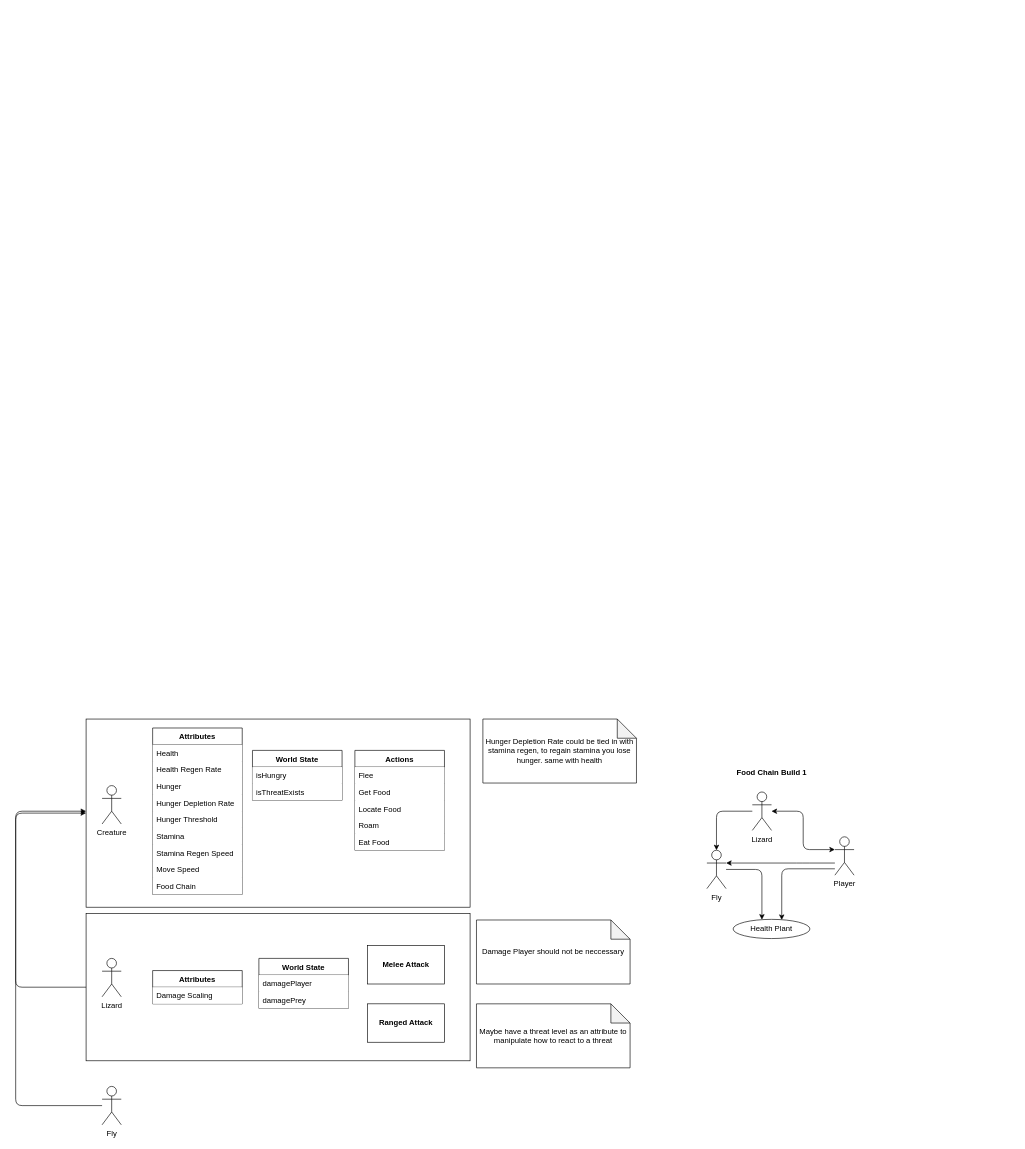
Above: documentation/actionPlans_the-game.drawio in AumPatel2208/GOAP-Ecosystem-FPS (draw.io), before the change. Source tidied: cells renumbered, new cells numbered last; positions are measured from the earlier drawing's top-left corner, leaving out a move shared by most shapes. Both pictures are drawn from the tidied source at 64%, with x=0, y=0 at pixel (15, 719).
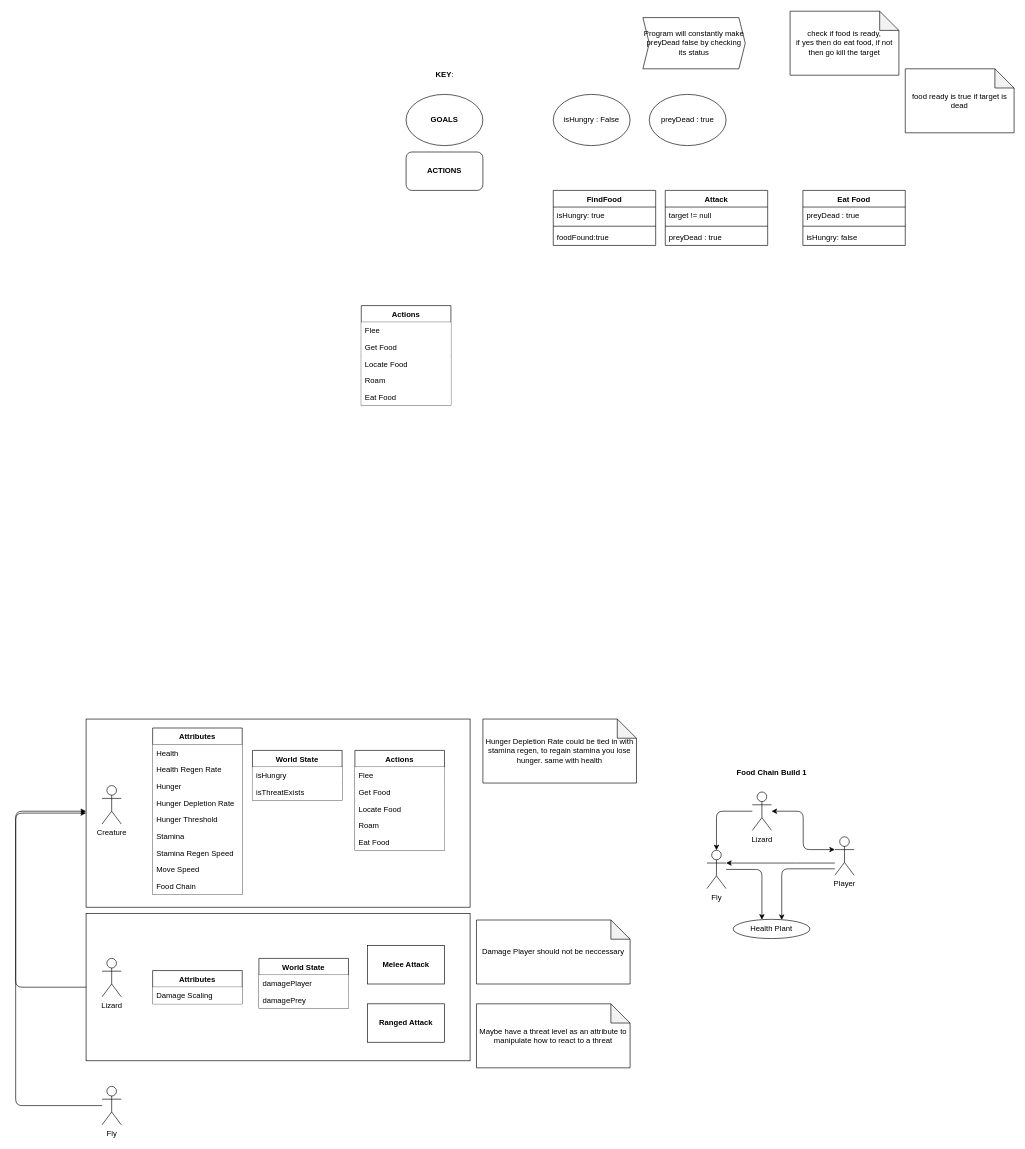
The same diagram, later.

What changed in the source:
```diff
@@
+    <mxCell id="48" value="Actions" style="swimlane;fontStyle=1;horizontal=1;startSize=26;" parent="1" vertex="1">
+      <mxGeometry x="540" y="-646" width="140" height="156" as="geometry" />
+    </mxCell>
+    <mxCell id="49" value="Flee" style="text;strokeColor=none;align=left;verticalAlign=top;spacingLeft=4;spacingRight=4;overflow=hidden;fillColor=#ffffff;" parent="48" vertex="1">
+      <mxGeometry y="26" width="140" height="26" as="geometry" />
+    </mxCell>
+    <mxCell id="50" value="Get Food" style="text;strokeColor=none;align=left;verticalAlign=top;spacingLeft=4;spacingRight=4;overflow=hidden;fillColor=#ffffff;" parent="48" vertex="1">
+      <mxGeometry y="52" width="140" height="26" as="geometry" />
+    </mxCell>
+    <mxCell id="51" value="Locate Food" style="text;strokeColor=none;align=left;verticalAlign=top;spacingLeft=4;spacingRight=4;overflow=hidden;fillColor=#ffffff;" parent="48" vertex="1">
+      <mxGeometry y="78" width="140" height="26" as="geometry" />
+    </mxCell>
+    <mxCell id="52" value="Roam" style="text;strokeColor=none;align=left;verticalAlign=top;spacingLeft=4;spacingRight=4;overflow=hidden;fillColor=#ffffff;" parent="48" vertex="1">
+      <mxGeometry y="104" width="140" height="26" as="geometry" />
+    </mxCell>
+    <mxCell id="53" value="Eat Food" style="text;strokeColor=none;align=left;verticalAlign=top;spacingLeft=4;spacingRight=4;overflow=hidden;fillColor=#ffffff;" parent="48" vertex="1">
+      <mxGeometry y="130" width="140" height="26" as="geometry" />
+    </mxCell>
+    <mxCell id="54" value="isHungry : False" style="ellipse;whiteSpace=wrap;html=1;strokeColor=#000000;" parent="1" vertex="1">
+      <mxGeometry x="840" y="-976" width="120" height="80" as="geometry" />
+    </mxCell>
+    <mxCell id="55" value="preyDead : true" style="ellipse;whiteSpace=wrap;html=1;strokeColor=#000000;" parent="1" vertex="1">
+      <mxGeometry x="990" y="-976" width="120" height="80" as="geometry" />
+    </mxCell>
+    <mxCell id="56" value="GOALS" style="ellipse;whiteSpace=wrap;html=1;strokeColor=#000000;fontStyle=1;" parent="1" vertex="1">
+      <mxGeometry x="610" y="-976" width="120" height="80" as="geometry" />
+    </mxCell>
+    <mxCell id="57" value="ACTIONS" style="rounded=1;whiteSpace=wrap;html=1;strokeColor=#000000;fontStyle=1;" parent="1" vertex="1">
+      <mxGeometry x="610" y="-886" width="120" height="60" as="geometry" />
+    </mxCell>
+    <mxCell id="58" value="&lt;b&gt;KEY&lt;/b&gt;:" style="text;html=1;align=center;verticalAlign=middle;" parent="1" vertex="1">
+      <mxGeometry x="650" y="-1016" width="40" height="20" as="geometry" />
+    </mxCell>
+    <mxCell id="59" value="Eat Food" style="swimlane;fontStyle=1;align=center;verticalAlign=top;horizontal=1;startSize=26;strokeColor=#000000;swimlaneFillColor=#ffffff;" parent="1" vertex="1">
+      <mxGeometry x="1230" y="-826" width="160" height="86" as="geometry" />
+    </mxCell>
+    <mxCell id="60" value="preyDead : true" style="text;strokeColor=none;align=left;verticalAlign=top;spacingLeft=4;spacingRight=4;overflow=hidden;" parent="59" vertex="1">
+      <mxGeometry y="26" width="160" height="26" as="geometry" />
+    </mxCell>
+    <mxCell id="61" style="line;strokeWidth=1;align=left;verticalAlign=middle;spacingTop=-1;spacingLeft=3;spacingRight=3;labelPosition=right;fillColor=none;" parent="59" vertex="1">
+      <mxGeometry y="52" width="160" height="8" as="geometry" />
+    </mxCell>
+    <mxCell id="62" value="isHungry: false" style="text;strokeColor=none;align=left;verticalAlign=top;spacingLeft=4;spacingRight=4;overflow=hidden;" parent="59" vertex="1">
+      <mxGeometry y="60" width="160" height="26" as="geometry" />
+    </mxCell>
+    <mxCell id="63" value="Attack" style="swimlane;fontStyle=1;align=center;verticalAlign=top;horizontal=1;startSize=26;strokeColor=#000000;swimlaneFillColor=#ffffff;" parent="1" vertex="1">
+      <mxGeometry x="1015" y="-826" width="160" height="86" as="geometry" />
+    </mxCell>
+    <mxCell id="64" value="target != null" style="text;strokeColor=none;align=left;verticalAlign=top;spacingLeft=4;spacingRight=4;overflow=hidden;" parent="63" vertex="1">
+      <mxGeometry y="26" width="160" height="26" as="geometry" />
+    </mxCell>
+    <mxCell id="65" style="line;strokeWidth=1;align=left;verticalAlign=middle;spacingTop=-1;spacingLeft=3;spacingRight=3;labelPosition=right;fillColor=none;" parent="63" vertex="1">
+      <mxGeometry y="52" width="160" height="8" as="geometry" />
+    </mxCell>
+    <mxCell id="66" value="preyDead : true" style="text;strokeColor=none;align=left;verticalAlign=top;spacingLeft=4;spacingRight=4;overflow=hidden;" parent="63" vertex="1">
+      <mxGeometry y="60" width="160" height="26" as="geometry" />
+    </mxCell>
+    <mxCell id="67" value="FindFood" style="swimlane;fontStyle=1;align=center;verticalAlign=top;horizontal=1;startSize=26;strokeColor=#000000;swimlaneFillColor=#ffffff;" parent="1" vertex="1">
+      <mxGeometry x="840" y="-826" width="160" height="86" as="geometry" />
+    </mxCell>
+    <mxCell id="68" value="isHungry: true" style="text;strokeColor=none;align=left;verticalAlign=top;spacingLeft=4;spacingRight=4;overflow=hidden;" parent="67" vertex="1">
+      <mxGeometry y="26" width="160" height="26" as="geometry" />
+    </mxCell>
+    <mxCell id="69" style="line;strokeWidth=1;align=left;verticalAlign=middle;spacingTop=-1;spacingLeft=3;spacingRight=3;labelPosition=right;fillColor=none;" parent="67" vertex="1">
+      <mxGeometry y="52" width="160" height="8" as="geometry" />
+    </mxCell>
+    <mxCell id="70" value="foodFound:true" style="text;strokeColor=none;align=left;verticalAlign=top;spacingLeft=4;spacingRight=4;overflow=hidden;" parent="67" vertex="1">
+      <mxGeometry y="60" width="160" height="26" as="geometry" />
+    </mxCell>
+    <mxCell id="71" value="&lt;div&gt;check if food is ready,&lt;/div&gt;&lt;div&gt;if yes then do eat food, if not then go kill the target&lt;br&gt;&lt;/div&gt;" style="shape=note;whiteSpace=wrap;html=1;backgroundOutline=1;darkOpacity=0.05;strokeColor=#000000;fillColor=#ffffff;" parent="1" vertex="1">
+      <mxGeometry x="1210" y="-1106" width="170" height="100" as="geometry" />
+    </mxCell>
+    <mxCell id="72" value="food ready is true if target is dead" style="shape=note;whiteSpace=wrap;html=1;backgroundOutline=1;darkOpacity=0.05;strokeColor=#000000;fillColor=#ffffff;" parent="1" vertex="1">
+      <mxGeometry x="1390" y="-1016" width="170" height="100" as="geometry" />
+    </mxCell>
+    <mxCell id="73" value="Program will constantly make preyDead false by checking its status " style="shape=step;perimeter=stepPerimeter;whiteSpace=wrap;html=1;fixedSize=1;strokeColor=#000000;fillColor=#ffffff;size=10;rounded=0;shadow=0;sketch=0;" parent="1" vertex="1">
+      <mxGeometry x="980" y="-1096" width="160" height="80" as="geometry" />
+    </mxCell>
```
